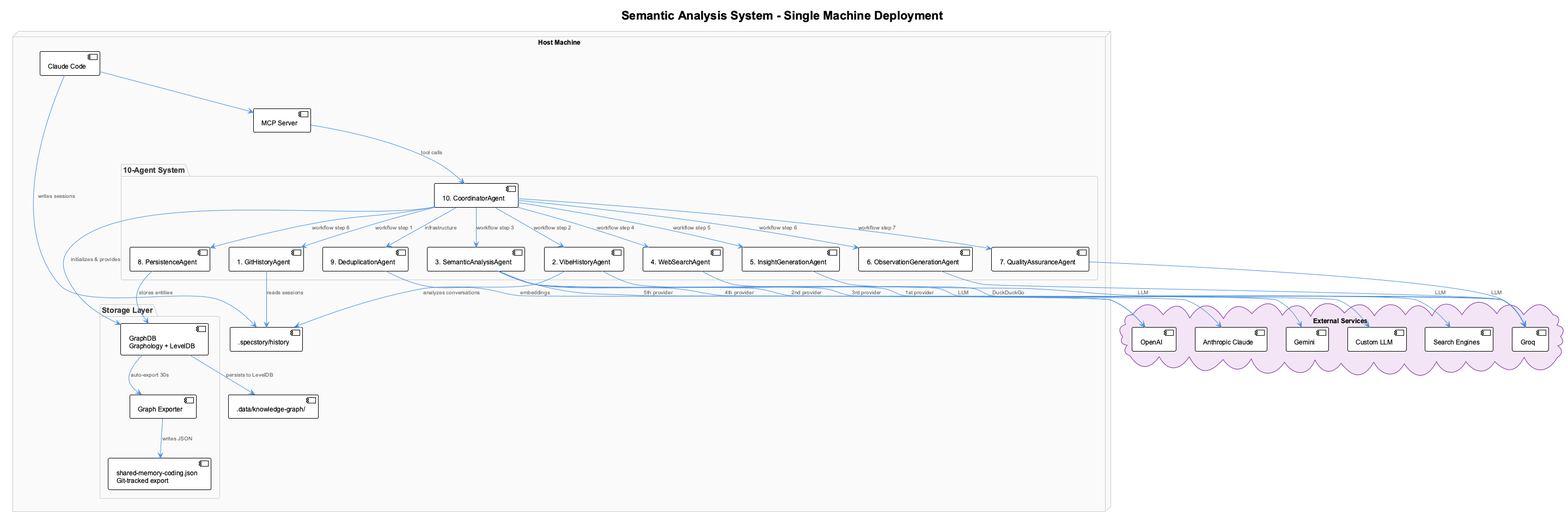
Above: docs/images/semantic-analysis-deployment-single.png in fwornle/coding (PlantUML), before the change. Its diagram source:
```plantuml
@startuml semantic-analysis-deployment-single
!include _standard-style.puml

title Semantic Analysis System - Single Machine Deployment

top to bottom direction

node "Host Machine" as host {
  component [Claude Code] as cc
  component [MCP Server] as mcp

  package "Storage Layer" {
    database [GraphDB\nGraphology + LevelDB] as graphdb
    component [Graph Exporter] as exporter
    database [shared-memory-coding.json\nGit-tracked export] as storage
  }

  package "10-Agent System" {
    component [1. GitHistoryAgent] as git_agent
    component [2. VibeHistoryAgent] as vibe_agent
    component [3. SemanticAnalysisAgent] as sa
    component [4. WebSearchAgent] as ws
    component [5. InsightGenerationAgent] as insight_agent
    component [6. ObservationGenerationAgent] as obs_agent
    component [7. QualityAssuranceAgent] as qa_agent
    component [8. PersistenceAgent] as persist_agent
    component [9. DeduplicationAgent] as dedup_agent
    component [10. CoordinatorAgent] as ca
  }

  folder [.specstory/history] as history
  folder [.data/knowledge-graph/] as kg_storage
}

cloud "External Services" {
  component [Groq] as groq_api
  component [Gemini] as gemini_api
  component [Custom LLM] as custom_llm
  component [Anthropic Claude] as claude_api
  component [OpenAI] as openai_api
  component [Search Engines] as search
}

cc --> mcp
mcp --> ca : tool calls

ca --> git_agent : workflow step 1
ca --> vibe_agent : workflow step 2
ca --> sa : workflow step 3
ca --> ws : workflow step 4
ca --> insight_agent : workflow step 5
ca --> obs_agent : workflow step 6
ca --> qa_agent : workflow step 7
ca --> persist_agent : workflow step 8
ca --> dedup_agent : infrastructure

ca --> graphdb : initializes & provides
persist_agent --> graphdb : stores entities
graphdb --> kg_storage : persists to LevelDB
graphdb --> exporter : auto-export 30s
exporter --> storage : writes JSON

git_agent --> history : reads sessions
vibe_agent --> history : analyzes conversations
cc --> history : writes sessions

sa --> groq_api : 1st provider
sa --> gemini_api : 2nd provider
sa --> custom_llm : 3rd provider
sa --> claude_api : 4th provider
sa --> openai_api : 5th provider
vibe_agent --> groq_api : LLM
insight_agent --> groq_api : LLM
obs_agent --> groq_api : LLM
qa_agent --> groq_api : LLM
dedup_agent --> openai_api : embeddings
ws --> search : DuckDuckGo

@enduml
```
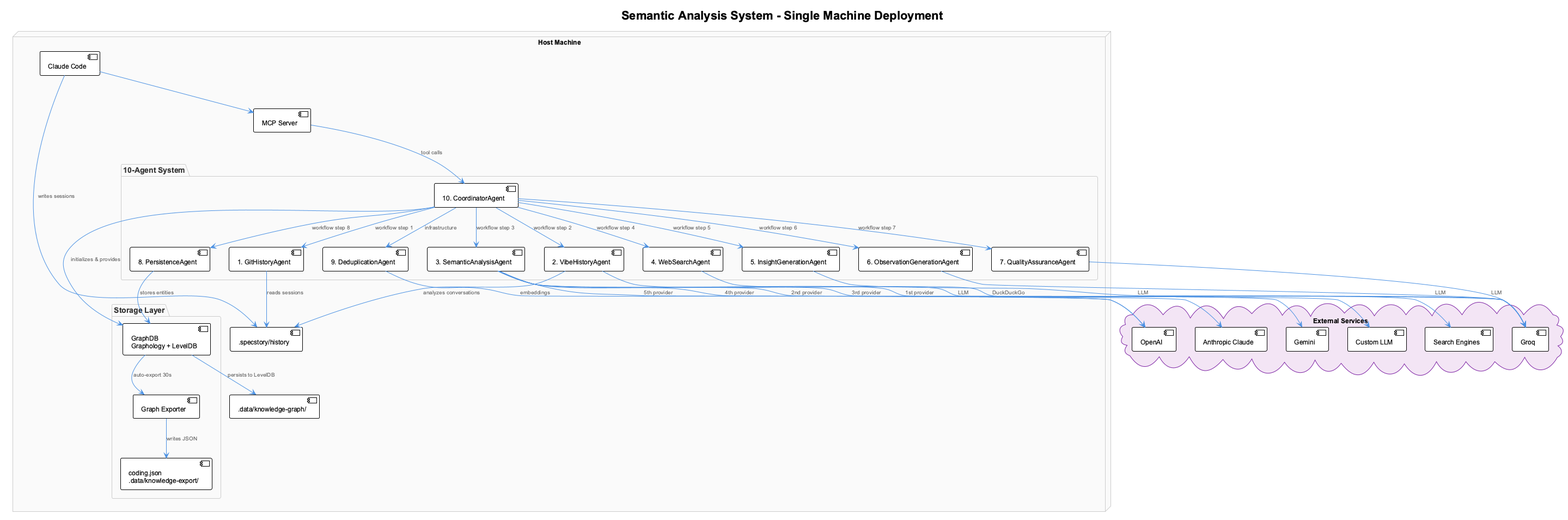
Later version of the same file.

Diff of the diagram source:
```diff
@@ -12,7 +12,7 @@
   package "Storage Layer" {
     database [GraphDB\nGraphology + LevelDB] as graphdb
     component [Graph Exporter] as exporter
-    database [shared-memory-coding.json\nGit-tracked export] as storage
+    database [coding.json\n.data/knowledge-export/] as storage
   }
 
   package "10-Agent System" {
```
